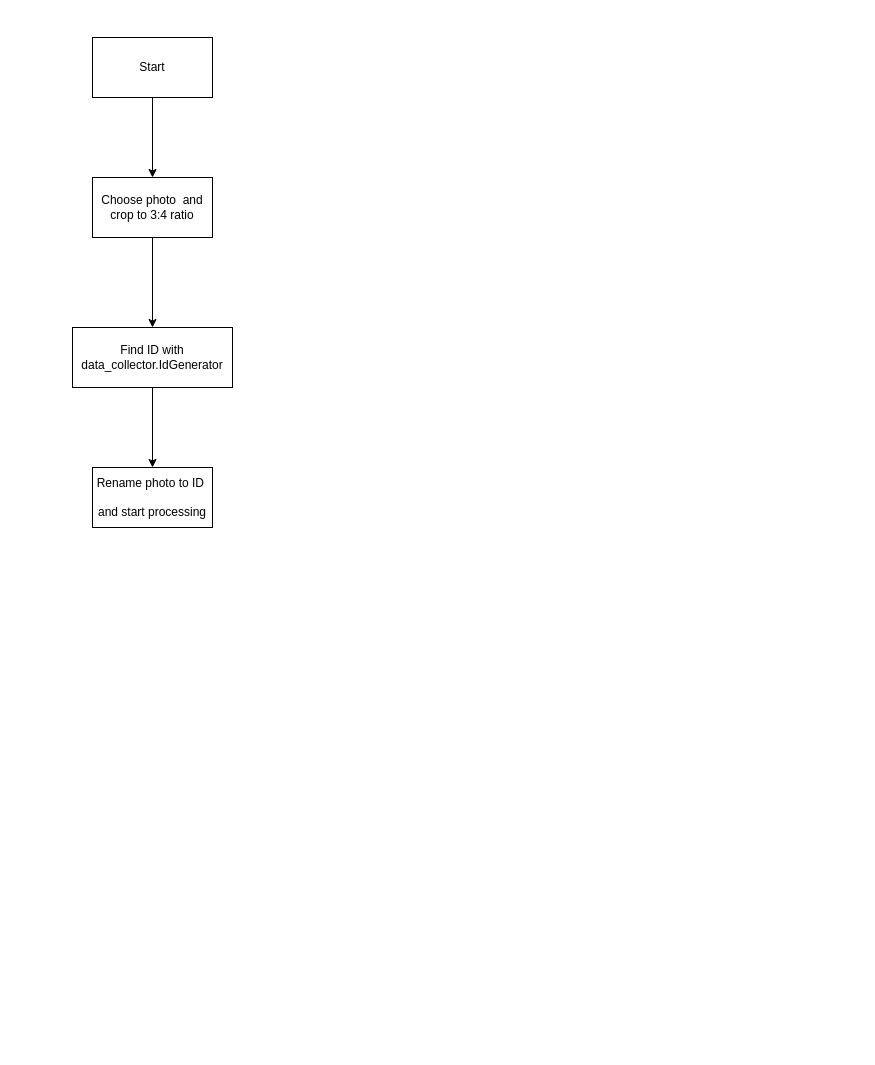
Earlier version of the draw.io diagram Untitled Diagram.drawio (KBiR200/KBiR200). Source tidied: cells renumbered, new cells numbered last; positions are measured from the earlier drawing's top-left corner, leaving out a move shared by most shapes. Both pictures are drawn from the tidied source at 100%, with x=0, y=0 at pixel (72, 37).
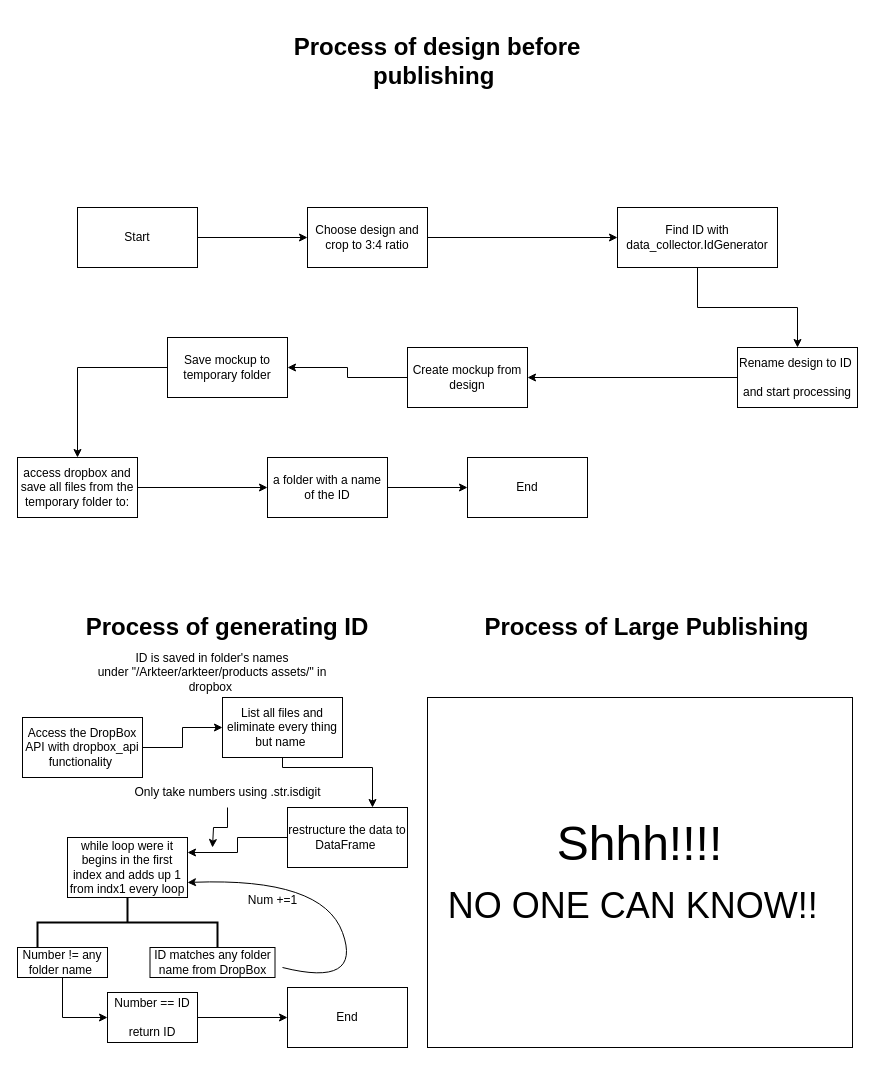
The same page after the edit.

The edit, as a diff of the source:
```diff
@@
     <mxCell id="3" value="Start" style="rounded=0;whiteSpace=wrap;html=1;" parent="1" vertex="1">
-      <mxGeometry x="20" width="120" height="60" as="geometry" />
+      <mxGeometry x="5" y="170" width="120" height="60" as="geometry" />
     </mxCell>
@@
-    <mxCell id="5" value="Choose photo&amp;nbsp; and crop to 3:4 ratio" style="rounded=0;whiteSpace=wrap;html=1;" parent="1" vertex="1">
-      <mxGeometry x="20" y="140" width="120" height="60" as="geometry" />
+    <mxCell id="5" value="Choose design and crop to 3:4 ratio" style="rounded=0;whiteSpace=wrap;html=1;" parent="1" vertex="1">
+      <mxGeometry x="235" y="170" width="120" height="60" as="geometry" />
     </mxCell>
@@
     <mxCell id="7" value="Find ID with data_collector.IdGenerator" style="rounded=0;whiteSpace=wrap;html=1;" parent="1" vertex="1">
-      <mxGeometry y="290" width="160" height="60" as="geometry" />
+      <mxGeometry x="545" y="170" width="160" height="60" as="geometry" />
     </mxCell>
+    <mxCell id="9" style="edgeStyle=orthogonalEdgeStyle;rounded=0;jettySize=auto;html=1;" parent="1" edge="1" source="8" target="11">
+      <mxGeometry relative="1" as="geometry" />
+    </mxCell>
-    <mxCell id="8" value="Rename photo to ID&amp;nbsp;&lt;br&gt;&lt;br&gt;and start processing" style="whiteSpace=wrap;html=1;rounded=0;" parent="1" vertex="1">
-      <mxGeometry x="20" y="430" width="120" height="60" as="geometry" />
+    <mxCell id="8" value="Rename design to ID&amp;nbsp;&lt;br&gt;&lt;br&gt;and start processing" style="whiteSpace=wrap;html=1;rounded=0;" parent="1" vertex="1">
+      <mxGeometry x="665" y="310" width="120" height="60" as="geometry" />
     </mxCell>
+    <mxCell id="10" style="edgeStyle=orthogonalEdgeStyle;rounded=0;jettySize=auto;html=1;" parent="1" edge="1" source="11" target="13">
+      <mxGeometry relative="1" as="geometry" />
+    </mxCell>
+    <mxCell id="11" value="Create mockup from design" style="whiteSpace=wrap;html=1;rounded=0;" parent="1" vertex="1">
+      <mxGeometry x="335" y="310" width="120" height="60" as="geometry" />
+    </mxCell>
+    <mxCell id="12" style="edgeStyle=orthogonalEdgeStyle;rounded=0;jettySize=auto;html=1;" parent="1" edge="1" source="13" target="15">
+      <mxGeometry relative="1" as="geometry" />
+    </mxCell>
+    <mxCell id="13" value="Save mockup to temporary folder" style="whiteSpace=wrap;html=1;rounded=0;" parent="1" vertex="1">
+      <mxGeometry x="95" y="300" width="120" height="60" as="geometry" />
+    </mxCell>
+    <mxCell id="14" style="edgeStyle=orthogonalEdgeStyle;rounded=0;jettySize=auto;html=1;" parent="1" edge="1" source="15" target="17">
+      <mxGeometry relative="1" as="geometry" />
+    </mxCell>
+    <mxCell id="15" value="access dropbox and save all files from the temporary folder to:" style="whiteSpace=wrap;html=1;rounded=0;" parent="1" vertex="1">
+      <mxGeometry x="-55" y="420" width="120" height="60" as="geometry" />
+    </mxCell>
+    <mxCell id="16" style="edgeStyle=orthogonalEdgeStyle;rounded=0;jettySize=auto;html=1;" parent="1" edge="1" source="17" target="30">
+      <mxGeometry relative="1" as="geometry" />
+    </mxCell>
+    <mxCell id="17" value="a folder with a name of the ID" style="whiteSpace=wrap;html=1;rounded=0;" parent="1" vertex="1">
+      <mxGeometry x="195" y="420" width="120" height="60" as="geometry" />
+    </mxCell>
+    <mxCell id="18" value="&lt;h1&gt;Process of design before publishing&amp;nbsp;&lt;/h1&gt;" style="text;html=1;strokeColor=none;fillColor=none;spacing=5;spacingTop=-20;whiteSpace=wrap;overflow=hidden;rounded=0;align=center;" parent="1" vertex="1">
+      <mxGeometry x="205" y="-10" width="320" height="120" as="geometry" />
+    </mxCell>
+    <mxCell id="19" value="&lt;h1&gt;Process of generating ID&lt;/h1&gt;" style="text;html=1;strokeColor=none;fillColor=none;spacing=5;spacingTop=-20;whiteSpace=wrap;overflow=hidden;rounded=0;align=center;" parent="1" vertex="1">
+      <mxGeometry x="-5" y="570" width="320" height="50" as="geometry" />
+    </mxCell>
+    <mxCell id="20" value="ID is saved in folder's names under&amp;nbsp;&quot;/Arkteer/arkteer/products assets/&lt;span style=&quot;background-color: initial;&quot;&gt;&quot; in dropbox&amp;nbsp;&lt;/span&gt;" style="text;html=1;strokeColor=none;fillColor=none;align=center;verticalAlign=middle;whiteSpace=wrap;rounded=0;" parent="1" vertex="1">
+      <mxGeometry x="10" y="620" width="260" height="30" as="geometry" />
+    </mxCell>
+    <mxCell id="21" style="edgeStyle=orthogonalEdgeStyle;rounded=0;jettySize=auto;html=1;" parent="1" edge="1" source="22" target="24">
+      <mxGeometry relative="1" as="geometry" />
+    </mxCell>
+    <mxCell id="22" value="Access the DropBox API with dropbox_api functionality&amp;nbsp;" style="rounded=0;whiteSpace=wrap;html=1;" parent="1" vertex="1">
+      <mxGeometry x="-50" y="680" width="120" height="60" as="geometry" />
+    </mxCell>
+    <mxCell id="23" style="edgeStyle=orthogonalEdgeStyle;rounded=0;jettySize=auto;html=1;" parent="1" edge="1" source="24" target="26">
+      <mxGeometry relative="1" as="geometry">
+        <Array as="points">
+          <mxPoint x="210" y="730" />
+          <mxPoint x="300" y="730" />
+        </Array>
+      </mxGeometry>
+    </mxCell>
+    <mxCell id="24" value="List all files and eliminate every thing but name&amp;nbsp;" style="whiteSpace=wrap;html=1;rounded=0;" parent="1" vertex="1">
+      <mxGeometry x="150" y="660" width="120" height="60" as="geometry" />
+    </mxCell>
+    <mxCell id="25" style="edgeStyle=orthogonalEdgeStyle;rounded=0;jettySize=auto;html=1;entryX=1;entryY=0.25;entryDx=0;entryDy=0;" parent="1" edge="1" source="26" target="27">
+      <mxGeometry relative="1" as="geometry" />
+    </mxCell>
+    <mxCell id="26" value="restructure the data to DataFrame&amp;nbsp;" style="whiteSpace=wrap;html=1;rounded=0;" parent="1" vertex="1">
+      <mxGeometry x="215" y="770" width="120" height="60" as="geometry" />
+    </mxCell>
+    <mxCell id="27" value="while loop were it begins in the first index and adds up 1 from indx1 every loop" style="whiteSpace=wrap;html=1;rounded=0;" parent="1" vertex="1">
+      <mxGeometry x="-5" y="800" width="120" height="60" as="geometry" />
+    </mxCell>
+    <mxCell id="28" style="edgeStyle=orthogonalEdgeStyle;rounded=0;jettySize=auto;html=1;" parent="1" edge="1" source="29">
+      <mxGeometry relative="1" as="geometry">
+        <mxPoint x="140" y="810" as="targetPoint" />
+        <Array as="points">
+          <mxPoint x="155" y="790" />
+          <mxPoint x="141" y="790" />
+        </Array>
+      </mxGeometry>
+    </mxCell>
+    <mxCell id="29" value="Only take numbers using .str.isdigit" style="text;html=1;align=center;verticalAlign=middle;points=[];strokeColor=none;fillColor=none;" parent="1" vertex="1">
+      <mxGeometry x="50" y="740" width="210" height="30" as="geometry" />
+    </mxCell>
+    <mxCell id="30" value="End" style="whiteSpace=wrap;html=1;rounded=0;" parent="1" vertex="1">
+      <mxGeometry x="395" y="420" width="120" height="60" as="geometry" />
+    </mxCell>
+    <mxCell id="31" style="strokeWidth=2;html=1;shape=mxgraph.flowchart.annotation_2;align=left;labelPosition=right;rotation=90;" parent="1" vertex="1">
+      <mxGeometry x="30" y="795" width="50" height="180" as="geometry" />
+    </mxCell>
+    <mxCell id="32" value="End" style="rounded=0;whiteSpace=wrap;html=1;" parent="1" vertex="1">
+      <mxGeometry x="215" y="950" width="120" height="60" as="geometry" />
+    </mxCell>
+    <mxCell id="33" value="ID matches any folder name from DropBox" style="rounded=0;whiteSpace=wrap;html=1;" parent="1" vertex="1">
+      <mxGeometry x="77.5" y="910" width="125" height="30" as="geometry" />
+    </mxCell>
+    <mxCell id="34" style="edgeStyle=orthogonalEdgeStyle;rounded=0;jettySize=auto;html=1;entryX=0;entryY=0.5;entryDx=0;entryDy=0;" parent="1" edge="1" source="35" target="36">
+      <mxGeometry relative="1" as="geometry" />
+    </mxCell>
+    <mxCell id="35" value="Number != any folder name&amp;nbsp;" style="rounded=0;whiteSpace=wrap;html=1;" parent="1" vertex="1">
+      <mxGeometry x="-55" y="910" width="90" height="30" as="geometry" />
+    </mxCell>
+    <mxCell id="36" value="Number == ID&lt;br&gt;&lt;br&gt;return ID" style="whiteSpace=wrap;html=1;rounded=0;" parent="1" vertex="1">
+      <mxGeometry x="35" y="955" width="90" height="50" as="geometry" />
+    </mxCell>
+    <mxCell id="37" style="endArrow=classic;html=1;rounded=0;exitX=1;exitY=0.5;exitDx=0;exitDy=0;entryX=0;entryY=0.5;entryDx=0;entryDy=0;" parent="1" edge="1" source="36" target="32">
+      <mxGeometry relative="1" as="geometry" />
+    </mxCell>
+    <mxCell id="38" style="curved=1;endArrow=classic;html=1;rounded=0;entryX=1;entryY=0.75;entryDx=0;entryDy=0;" parent="1" edge="1" target="27">
+      <mxGeometry relative="1" as="geometry">
+        <mxPoint x="210" y="930" as="sourcePoint" />
+        <Array as="points">
+          <mxPoint x="290" y="950" />
+          <mxPoint x="250" y="840" />
+        </Array>
+      </mxGeometry>
+    </mxCell>
+    <mxCell id="39" value="Num +=1" style="text;html=1;align=center;verticalAlign=middle;strokeColor=none;fillColor=none;" parent="1" vertex="1">
+      <mxGeometry x="165" y="848" width="70" height="30" as="geometry" />
+    </mxCell>
+    <mxCell id="40" value="&lt;h1&gt;Process of Large Publishing&lt;/h1&gt;" style="text;html=1;strokeColor=none;fillColor=none;spacing=5;spacingTop=-20;whiteSpace=wrap;overflow=hidden;rounded=0;align=center;" parent="1" vertex="1">
+      <mxGeometry x="407.5" y="570" width="332.5" height="50" as="geometry" />
+    </mxCell>
+    <mxCell id="41" value="&lt;font style=&quot;&quot;&gt;&lt;span style=&quot;font-size: 48px;&quot;&gt;Shhh!!!!&lt;/span&gt;&lt;br&gt;&lt;font style=&quot;font-size: 36px;&quot;&gt;NO ONE CAN KNOW!!&lt;/font&gt;&lt;/font&gt;&lt;font style=&quot;font-size: 48px;&quot;&gt;&amp;nbsp;&lt;/font&gt;" style="rounded=0;whiteSpace=wrap;html=1;" parent="1" vertex="1">
+      <mxGeometry x="355" y="660" width="425" height="350" as="geometry" />
+    </mxCell>
```
